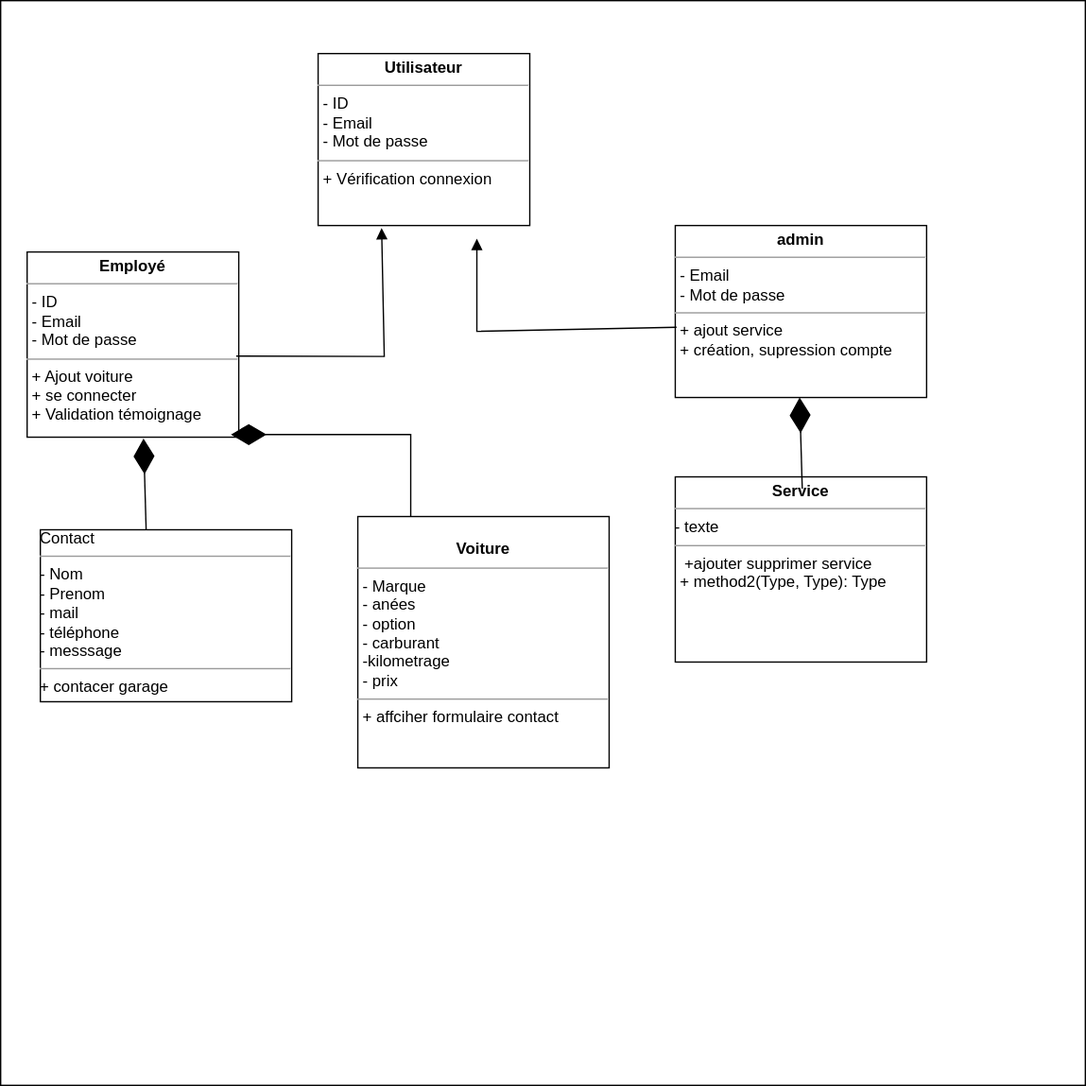
Before: Documentationtechnique_diagramme/diagramme de classe .drawio(1).svg, a diagram exported from draw.io (azerkane44/1). Source tidied: cells renumbered, new cells last; positions are measured from the earlier drawing's top-left corner, leaving out a move shared by most shapes. Its diagram source:
```xml
<mxGraphModel>
  <root>
    <mxCell id="0" />
    <mxCell id="1" parent="0" />
    <mxCell id="2" style="whiteSpace=wrap;html=1;" parent="1" vertex="1">
      <mxGeometry width="820" height="820" as="geometry" />
    </mxCell>
    <mxCell id="3" value="&lt;p style=&quot;margin:0px;margin-top:4px;text-align:center;&quot;&gt;&lt;b&gt;Utilisateur&lt;/b&gt;&lt;/p&gt;&lt;hr size=&quot;1&quot;&gt;&lt;p style=&quot;margin:0px;margin-left:4px;&quot;&gt;- ID&lt;/p&gt;&lt;p style=&quot;margin:0px;margin-left:4px;&quot;&gt;- Email&lt;br&gt;&lt;/p&gt;&lt;p style=&quot;margin:0px;margin-left:4px;&quot;&gt;- Mot de passe&lt;br&gt;&lt;/p&gt;&lt;hr size=&quot;1&quot;&gt;&lt;p style=&quot;margin:0px;margin-left:4px;&quot;&gt;+ Vérification connexion&lt;br&gt;&lt;/p&gt;" style="verticalAlign=top;align=left;overflow=fill;html=1;whiteSpace=wrap;" parent="1" vertex="1">
      <mxGeometry x="240" y="40" width="160" height="130" as="geometry" />
    </mxCell>
    <mxCell id="4" value="&lt;p style=&quot;margin:0px;margin-top:4px;text-align:center;&quot;&gt;&lt;b&gt;Employé&lt;/b&gt;&lt;br&gt;&lt;/p&gt;&lt;hr size=&quot;1&quot;&gt;&lt;p style=&quot;margin:0px;margin-left:4px;&quot;&gt;- ID&lt;/p&gt;&lt;p style=&quot;margin:0px;margin-left:4px;&quot;&gt;- Email&lt;br&gt;&lt;/p&gt;&lt;p style=&quot;margin:0px;margin-left:4px;&quot;&gt;- Mot de passe&lt;br&gt;&lt;/p&gt;&lt;hr size=&quot;1&quot;&gt;&lt;p style=&quot;margin:0px;margin-left:4px;&quot;&gt;+ Ajout voiture&lt;/p&gt;&lt;p style=&quot;margin:0px;margin-left:4px;&quot;&gt;+ se connecter&lt;/p&gt;&lt;p style=&quot;margin:0px;margin-left:4px;&quot;&gt;+ Validation témoignage&lt;br&gt;&lt;/p&gt;" style="verticalAlign=top;align=left;overflow=fill;html=1;whiteSpace=wrap;" parent="1" vertex="1">
      <mxGeometry x="20" y="190" width="160" height="140" as="geometry" />
    </mxCell>
    <mxCell id="5" value="&lt;p style=&quot;margin:0px;margin-top:4px;text-align:center;&quot;&gt;&lt;b&gt;admin&lt;/b&gt;&lt;br&gt;&lt;/p&gt;&lt;hr size=&quot;1&quot;&gt;&lt;p style=&quot;margin:0px;margin-left:4px;&quot;&gt;- Email&lt;br&gt;&lt;/p&gt;&lt;p style=&quot;margin:0px;margin-left:4px;&quot;&gt;- Mot de passe&lt;br&gt;&lt;/p&gt;&lt;hr size=&quot;1&quot;&gt;&lt;p style=&quot;margin:0px;margin-left:4px;&quot;&gt;+ ajout service&lt;/p&gt;&lt;p style=&quot;margin:0px;margin-left:4px;&quot;&gt;+ création, supression compte &lt;br&gt;&lt;/p&gt;" style="verticalAlign=top;align=left;overflow=fill;html=1;whiteSpace=wrap;" parent="1" vertex="1">
      <mxGeometry x="510" y="170" width="190" height="130" as="geometry" />
    </mxCell>
    <mxCell id="6" style="html=1;verticalAlign=bottom;endArrow=block;curved=0;rounded=0;entryX=0.3;entryY=1.015;entryDx=0;entryDy=0;entryPerimeter=0;exitX=0.988;exitY=0.562;exitDx=0;exitDy=0;exitPerimeter=0;" parent="1" edge="1" source="4" target="3">
      <mxGeometry relative="1" as="geometry">
        <Array as="points">
          <mxPoint x="290" y="269" />
        </Array>
      </mxGeometry>
    </mxCell>
    <mxCell id="7" style="html=1;verticalAlign=bottom;endArrow=block;curved=0;rounded=0;exitX=0.005;exitY=0.592;exitDx=0;exitDy=0;exitPerimeter=0;" parent="1" edge="1" source="5">
      <mxGeometry relative="1" as="geometry">
        <mxPoint x="360" y="180" as="targetPoint" />
        <Array as="points">
          <mxPoint x="360" y="250" />
        </Array>
      </mxGeometry>
    </mxCell>
    <mxCell id="8" value="&lt;p style=&quot;margin:0px;margin-top:4px;text-align:center;&quot;&gt;&lt;br&gt;&lt;b&gt;Voiture&lt;/b&gt;&lt;br&gt;&lt;/p&gt;&lt;hr size=&quot;1&quot;&gt;&lt;p style=&quot;margin:0px;margin-left:4px;&quot;&gt;- Marque&lt;/p&gt;&lt;p style=&quot;margin:0px;margin-left:4px;&quot;&gt;- anées &lt;br&gt;&lt;/p&gt;&lt;p style=&quot;margin:0px;margin-left:4px;&quot;&gt;- option&lt;/p&gt;&lt;p style=&quot;margin:0px;margin-left:4px;&quot;&gt;- carburant&lt;/p&gt;&lt;p style=&quot;margin:0px;margin-left:4px;&quot;&gt;-kilometrage&lt;/p&gt;&lt;p style=&quot;margin:0px;margin-left:4px;&quot;&gt;- prix&lt;br&gt;&lt;/p&gt;&lt;hr size=&quot;1&quot;&gt;&lt;p style=&quot;margin:0px;margin-left:4px;&quot;&gt;+ affciher formulaire contact&lt;br&gt;&lt;/p&gt;" style="verticalAlign=top;align=left;overflow=fill;html=1;whiteSpace=wrap;" parent="1" vertex="1">
      <mxGeometry x="270" y="390" width="190" height="190" as="geometry" />
    </mxCell>
    <mxCell id="9" style="endArrow=diamondThin;endFill=1;endSize=24;html=1;rounded=0;exitX=0;exitY=0;exitDx=0;exitDy=0;entryX=0.963;entryY=0.986;entryDx=0;entryDy=0;entryPerimeter=0;" parent="1" edge="1" target="4">
      <mxGeometry relative="1" as="geometry">
        <mxPoint x="310" y="390" as="sourcePoint" />
        <Array as="points">
          <mxPoint x="310" y="328" />
        </Array>
      </mxGeometry>
    </mxCell>
    <mxCell id="10" value="Contact&lt;br&gt;&lt;hr size=&quot;1&quot;&gt;&lt;div&gt;- Nom&lt;/div&gt;&lt;div&gt;- Prenom&lt;/div&gt;&lt;div&gt;- mail&lt;/div&gt;&lt;div&gt;- téléphone&lt;/div&gt;&lt;div&gt;- messsage&lt;br&gt;&lt;/div&gt;&lt;hr size=&quot;1&quot;&gt;&lt;div&gt;+ contacer garage&lt;br&gt;&lt;/div&gt;" style="verticalAlign=top;align=left;overflow=fill;html=1;whiteSpace=wrap;" parent="1" vertex="1">
      <mxGeometry x="30" y="400" width="190" height="130" as="geometry" />
    </mxCell>
    <mxCell id="11" style="endArrow=diamondThin;endFill=1;endSize=24;html=1;rounded=0;exitX=0.421;exitY=0;exitDx=0;exitDy=0;exitPerimeter=0;entryX=0.55;entryY=1.007;entryDx=0;entryDy=0;entryPerimeter=0;" parent="1" edge="1" source="10" target="4">
      <mxGeometry relative="1" as="geometry" />
    </mxCell>
    <mxCell id="12" value="&lt;p style=&quot;margin:0px;margin-top:4px;text-align:center;&quot;&gt;&lt;b&gt;Service&lt;/b&gt;&lt;br&gt;&lt;/p&gt;&lt;hr size=&quot;1&quot;&gt;&lt;div&gt;- texte&lt;br&gt;&lt;/div&gt;&lt;hr size=&quot;1&quot;&gt;&lt;p style=&quot;margin:0px;margin-left:4px;&quot;&gt;&amp;nbsp;+ajouter supprimer service&lt;br&gt;+ method2(Type, Type): Type&lt;/p&gt;" style="verticalAlign=top;align=left;overflow=fill;html=1;whiteSpace=wrap;" parent="1" vertex="1">
      <mxGeometry x="510" y="360" width="190" height="140" as="geometry" />
    </mxCell>
    <mxCell id="13" style="endArrow=diamondThin;endFill=1;endSize=24;html=1;rounded=0;exitX=0.421;exitY=0;exitDx=0;exitDy=0;exitPerimeter=0;entryX=0.55;entryY=1.007;entryDx=0;entryDy=0;entryPerimeter=0;" parent="1" edge="1">
      <mxGeometry relative="1" as="geometry">
        <mxPoint x="606" y="369" as="sourcePoint" />
        <mxPoint x="604" y="300" as="targetPoint" />
      </mxGeometry>
    </mxCell>
  </root>
</mxGraphModel>
```
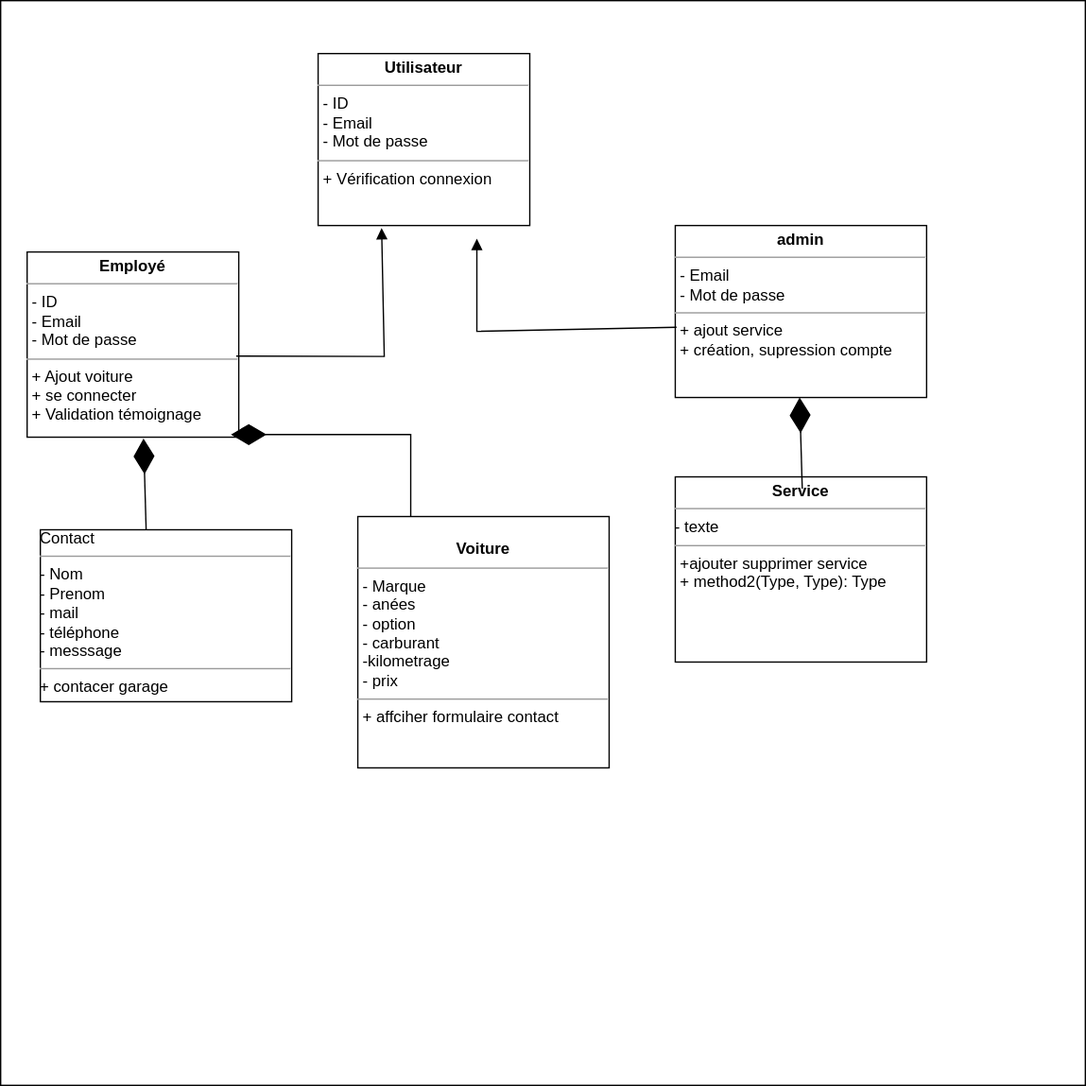
The same diagram one commit later.

The edit, as a diff of the source:
```diff
@@ -46,7 +46,7 @@
     <mxCell id="11" style="endArrow=diamondThin;endFill=1;endSize=24;html=1;rounded=0;exitX=0.421;exitY=0;exitDx=0;exitDy=0;exitPerimeter=0;entryX=0.55;entryY=1.007;entryDx=0;entryDy=0;entryPerimeter=0;" parent="1" edge="1" source="10" target="4">
       <mxGeometry relative="1" as="geometry" />
     </mxCell>
-    <mxCell id="12" value="&lt;p style=&quot;margin:0px;margin-top:4px;text-align:center;&quot;&gt;&lt;b&gt;Service&lt;/b&gt;&lt;br&gt;&lt;/p&gt;&lt;hr size=&quot;1&quot;&gt;&lt;div&gt;- texte&lt;br&gt;&lt;/div&gt;&lt;hr size=&quot;1&quot;&gt;&lt;p style=&quot;margin:0px;margin-left:4px;&quot;&gt;&amp;nbsp;+ajouter supprimer service&lt;br&gt;+ method2(Type, Type): Type&lt;/p&gt;" style="verticalAlign=top;align=left;overflow=fill;html=1;whiteSpace=wrap;" parent="1" vertex="1">
+    <mxCell id="12" value="&lt;p style=&quot;margin:0px;margin-top:4px;text-align:center;&quot;&gt;&lt;b&gt;Service&lt;/b&gt;&lt;br&gt;&lt;/p&gt;&lt;hr size=&quot;1&quot;&gt;&lt;div&gt;- texte&lt;br&gt;&lt;/div&gt;&lt;hr size=&quot;1&quot;&gt;&lt;p style=&quot;margin:0px;margin-left:4px;&quot;&gt;+ajouter supprimer service&lt;br&gt;+ method2(Type, Type): Type&lt;/p&gt;" style="verticalAlign=top;align=left;overflow=fill;html=1;whiteSpace=wrap;" parent="1" vertex="1">
       <mxGeometry x="510" y="360" width="190" height="140" as="geometry" />
     </mxCell>
     <mxCell id="13" style="endArrow=diamondThin;endFill=1;endSize=24;html=1;rounded=0;exitX=0.421;exitY=0;exitDx=0;exitDy=0;exitPerimeter=0;entryX=0.55;entryY=1.007;entryDx=0;entryDy=0;entryPerimeter=0;" parent="1" edge="1">
```
